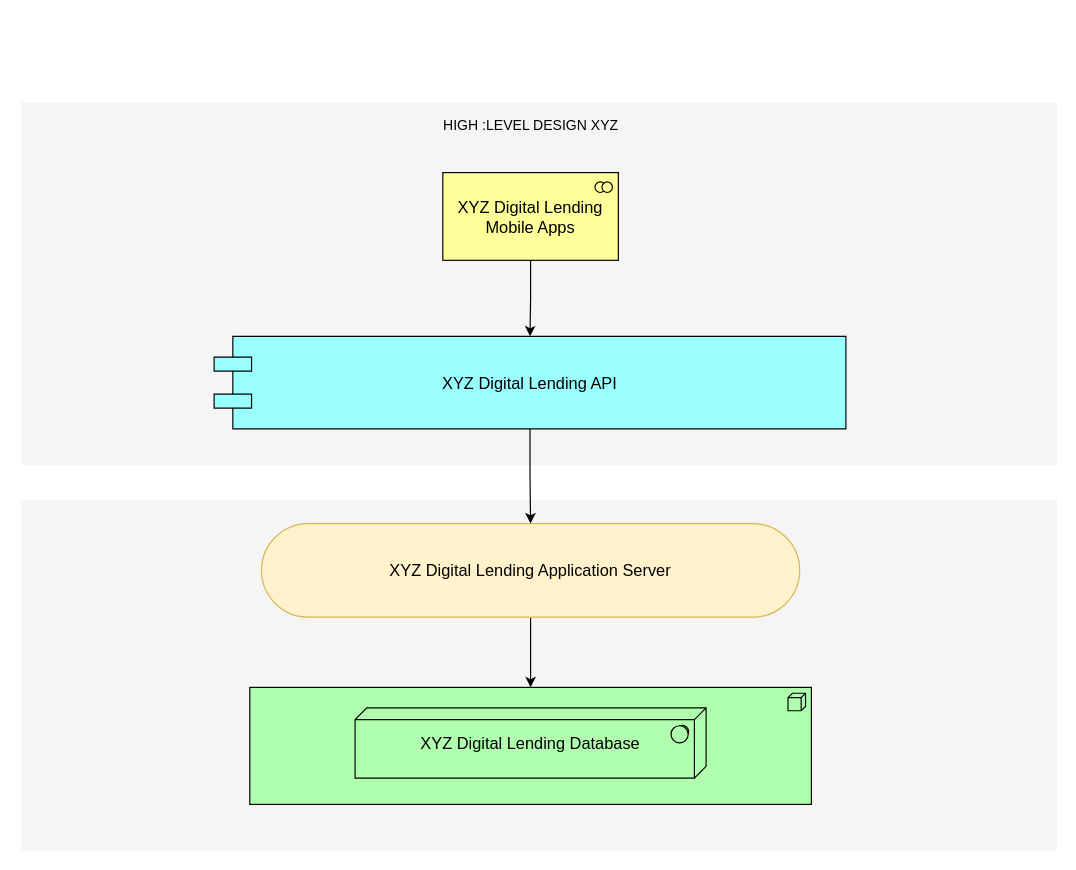
Before: page "High Level Design XYZ" (1 of 2) of XYZ Digital Lending.drawio in derryansyah/xyzlendingmobileapps, a draw.io diagram. Source tidied: cells renumbered, new cells numbered last; positions are measured from the earlier drawing's top-left corner, leaving out a move shared by most shapes. Both pictures are drawn from the tidied source at 117%, with x=0, y=0 at pixel (20, 102).
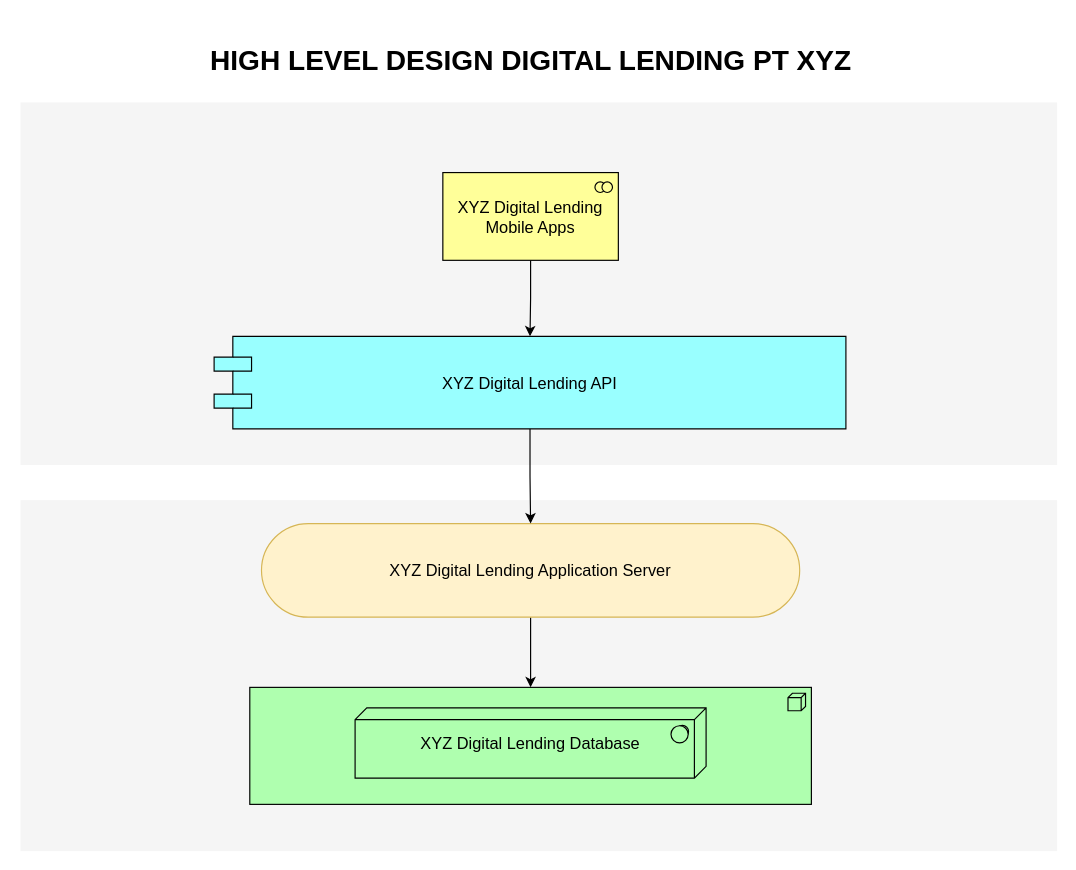
The same diagram, later.

What changed in the source:
```diff
@@
 <mxGraphModel>
   <root>
     <mxCell id="0" />
     <mxCell id="1" parent="0" />
     <mxCell id="2" style="whiteSpace=wrap;html=1;strokeColor=none;strokeWidth=1;fillColor=#f5f5f5;fontSize=14;" parent="1" vertex="1">
       <mxGeometry width="886" height="310" as="geometry" />
     </mxCell>
     <mxCell id="3" style="whiteSpace=wrap;html=1;strokeColor=none;strokeWidth=1;fillColor=#f5f5f5;fontSize=14;" parent="1" vertex="1">
       <mxGeometry y="340" width="886" height="300" as="geometry" />
     </mxCell>
     <mxCell id="4" style="html=1;whiteSpace=wrap;fillColor=#AFFFAF;shape=mxgraph.archimate3.application;appType=node;archiType=square;fontSize=14;verticalAlign=top;" parent="1" vertex="1">
       <mxGeometry x="196" y="500" width="480" height="100" as="geometry" />
     </mxCell>
     <mxCell id="5" value="XYZ Digital Lending Database" style="html=1;whiteSpace=wrap;fillColor=#AFFFAF;shape=mxgraph.archimate3.tech;techType=sysSw;fontSize=14;" parent="1" vertex="1">
       <mxGeometry x="286" y="517.5" width="300" height="60" as="geometry" />
     </mxCell>
     <mxCell id="6" style="edgeStyle=orthogonalEdgeStyle;rounded=0;jettySize=auto;html=1;" parent="1" edge="1" source="7" target="4">
       <mxGeometry relative="1" as="geometry" />
     </mxCell>
     <mxCell id="7" value="XYZ Digital Lending Application Server" style="html=1;whiteSpace=wrap;fillColor=#fff2cc;shape=mxgraph.archimate3.service;fontSize=14;strokeColor=#d6b656;" parent="1" vertex="1">
       <mxGeometry x="206" y="360" width="460" height="80" as="geometry" />
     </mxCell>
     <mxCell id="8" style="edgeStyle=orthogonalEdgeStyle;rounded=0;jettySize=auto;html=1;" parent="1" edge="1" source="9" target="7">
       <mxGeometry relative="1" as="geometry" />
     </mxCell>
     <mxCell id="9" value="XYZ Digital Lending API" style="shape=component;align=center;fillColor=#99ffff;gradientColor=none;fontSize=14;" parent="1" vertex="1">
       <mxGeometry x="165.5" y="200" width="540" height="79" as="geometry" />
     </mxCell>
     <mxCell id="10" style="edgeStyle=orthogonalEdgeStyle;rounded=0;jettySize=auto;html=1;" parent="1" edge="1" source="11" target="9">
       <mxGeometry relative="1" as="geometry" />
     </mxCell>
     <mxCell id="11" value="XYZ Digital Lending Mobile Apps" style="html=1;whiteSpace=wrap;fillColor=#ffff99;shape=mxgraph.archimate3.application;appType=collab;archiType=square;fontSize=14;" parent="1" vertex="1">
       <mxGeometry x="361" y="60" width="150" height="75" as="geometry" />
     </mxCell>
     <mxCell id="12" style="edgeStyle=orthogonalEdgeStyle;rounded=0;orthogonalLoop=1;jettySize=auto;html=1;exitX=0.5;exitY=1;exitDx=0;exitDy=0;" parent="1" edge="1">
       <mxGeometry relative="1" as="geometry">
         <mxPoint x="443" y="320" as="sourcePoint" />
         <mxPoint x="443" y="320" as="targetPoint" />
       </mxGeometry>
     </mxCell>
-    <mxCell id="13" value="HIGH :LEVEL DESIGN XYZ" style="text;html=1;align=center;verticalAlign=middle;strokeColor=none;fillColor=none;" parent="1" vertex="1">
-      <mxGeometry x="351" y="5" width="170" height="30" as="geometry" />
-    </mxCell>
+    <mxCell id="14" value="&lt;h1&gt;HIGH LEVEL DESIGN DIGITAL LENDING PT XYZ&lt;/h1&gt;" style="text;html=1;align=center;verticalAlign=middle;strokeColor=none;fillColor=none;" parent="1" vertex="1">
+      <mxGeometry x="151" y="-70" width="570" height="70" as="geometry" />
+    </mxCell>
   </root>
 </mxGraphModel>
```
